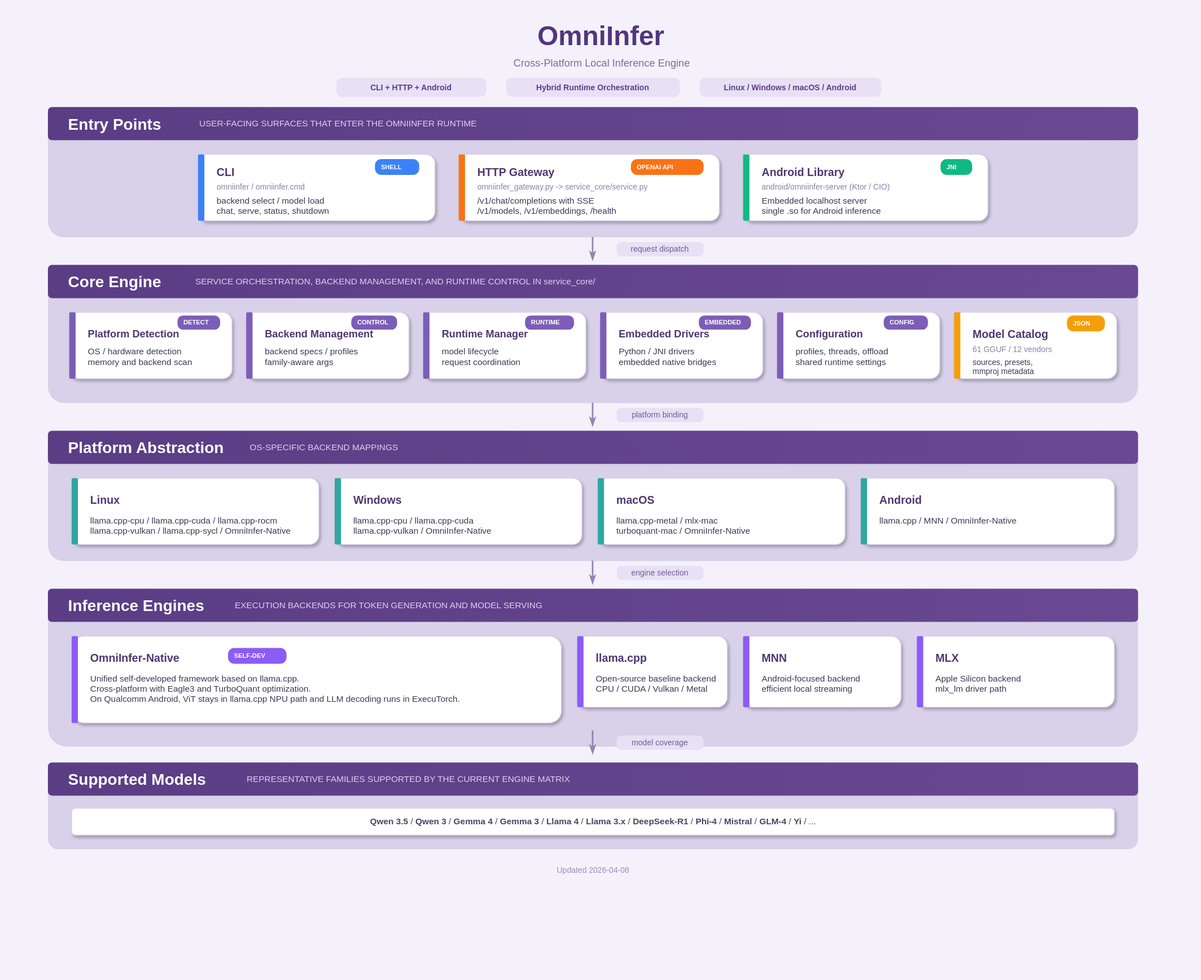
omnimind-ai/OmniInfer keeps this draw.io diagram as docs/architecture.drawio.svg. Above is the earlier version. Source tidied: cells renumbered, new cells last; positions are measured from the earlier drawing's top-left corner, leaving out a move shared by most shapes.
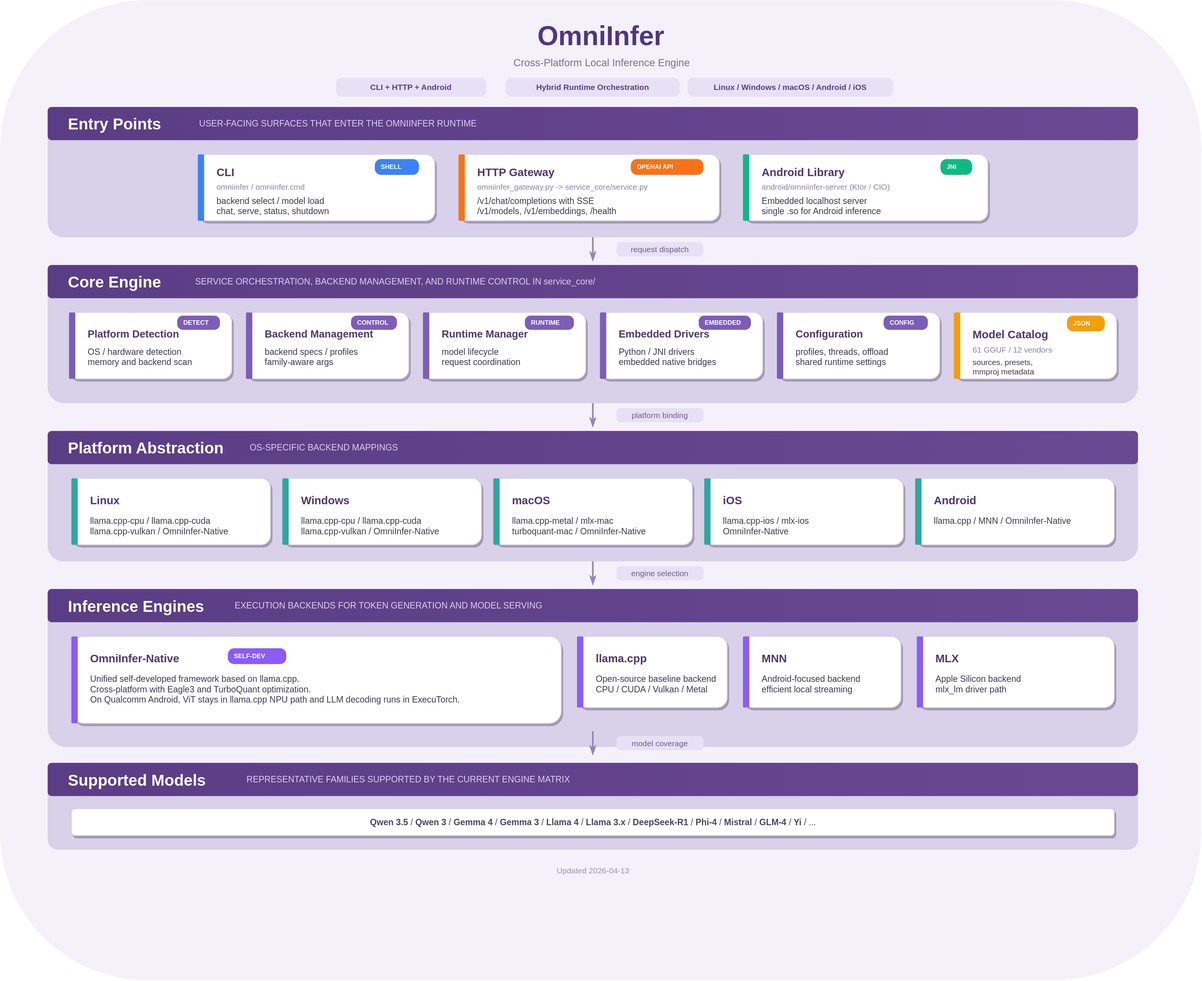
The same file after the commit.

Commit message:
docs: update architecture diagram for iOS backend support

Change to the diagram source:
```diff
@@ -17,8 +17,8 @@
     <mxCell id="6" value="Hybrid Runtime Orchestration" style="rounded=1;whiteSpace=wrap;html=1;fillColor=#E8E0F5;strokeColor=none;arcSize=30;fontSize=10;fontStyle=1;fontColor=#5A3D84;align=center;verticalAlign=middle;spacingLeft=8;spacingRight=8;" parent="1" vertex="1">
       <mxGeometry x="640" y="98" width="220" height="24" as="geometry" />
     </mxCell>
-    <mxCell id="7" value="Linux / Windows / macOS / Android" style="rounded=1;whiteSpace=wrap;html=1;fillColor=#E8E0F5;strokeColor=none;arcSize=30;fontSize=10;fontStyle=1;fontColor=#5A3D84;align=center;verticalAlign=middle;spacingLeft=8;spacingRight=8;" parent="1" vertex="1">
-      <mxGeometry x="885" y="98" width="230" height="24" as="geometry" />
+    <mxCell id="7" value="Linux / Windows / macOS / Android / iOS" style="rounded=1;whiteSpace=wrap;html=1;fillColor=#E8E0F5;strokeColor=none;arcSize=30;fontSize=10;fontStyle=1;fontColor=#5A3D84;align=center;verticalAlign=middle;spacingLeft=8;spacingRight=8;" parent="1" vertex="1">
+      <mxGeometry x="870" y="98" width="260" height="24" as="geometry" />
     </mxCell>
     <mxCell id="8" style="rounded=1;whiteSpace=wrap;html=1;fillColor=#D8D1E9;strokeColor=none;arcSize=12;" parent="1" vertex="1">
       <mxGeometry x="60" y="135" width="1380" height="165" as="geometry" />
@@ -222,7 +222,7 @@
       <mxGeometry x="314" y="555" width="520" height="22" as="geometry" />
     </mxCell>
     <mxCell id="73" style="rounded=1;whiteSpace=wrap;html=1;fillColor=#FFFFFF;strokeColor=#D9D0EB;strokeWidth=1;shadow=1;arcSize=14;" parent="1" vertex="1">
-      <mxGeometry x="90" y="605" width="313" height="84" as="geometry" />
+      <mxGeometry x="90" y="605" width="252" height="84" as="geometry" />
     </mxCell>
     <mxCell id="74" style="rounded=1;whiteSpace=wrap;html=1;fillColor=#2FA7A0;strokeColor=none;arcSize=20;" parent="1" vertex="1">
       <mxGeometry x="90" y="605" width="8" height="84" as="geometry" />
@@ -230,44 +230,56 @@
     <mxCell id="75" value="&lt;b&gt;Linux&lt;/b&gt;" style="text;html=1;align=left;verticalAlign=top;fontSize=14;fontColor=#503572;" parent="1" vertex="1">
       <mxGeometry x="112" y="618" width="80" height="20" as="geometry" />
     </mxCell>
-    <mxCell id="76" value="llama.cpp-cpu / llama.cpp-cuda / llama.cpp-rocm&lt;br&gt;llama.cpp-vulkan / llama.cpp-sycl / OmniInfer-Native" style="text;html=1;align=left;verticalAlign=top;fontSize=11;fontColor=#3E3853;" parent="1" vertex="1">
-      <mxGeometry x="112" y="646" width="275" height="30" as="geometry" />
+    <mxCell id="76" value="llama.cpp-cpu / llama.cpp-cuda&lt;br&gt;llama.cpp-vulkan / OmniInfer-Native" style="text;html=1;align=left;verticalAlign=top;fontSize=11;fontColor=#3E3853;" parent="1" vertex="1">
+      <mxGeometry x="112" y="646" width="210" height="30" as="geometry" />
     </mxCell>
     <mxCell id="77" style="rounded=1;whiteSpace=wrap;html=1;fillColor=#FFFFFF;strokeColor=#D9D0EB;strokeWidth=1;shadow=1;arcSize=14;" parent="1" vertex="1">
-      <mxGeometry x="423" y="605" width="313" height="84" as="geometry" />
+      <mxGeometry x="357" y="605" width="252" height="84" as="geometry" />
     </mxCell>
     <mxCell id="78" style="rounded=1;whiteSpace=wrap;html=1;fillColor=#2FA7A0;strokeColor=none;arcSize=20;" parent="1" vertex="1">
-      <mxGeometry x="423" y="605" width="8" height="84" as="geometry" />
+      <mxGeometry x="357" y="605" width="8" height="84" as="geometry" />
     </mxCell>
     <mxCell id="79" value="&lt;b&gt;Windows&lt;/b&gt;" style="text;html=1;align=left;verticalAlign=top;fontSize=14;fontColor=#503572;" parent="1" vertex="1">
-      <mxGeometry x="445" y="618" width="90" height="20" as="geometry" />
+      <mxGeometry x="379" y="618" width="90" height="20" as="geometry" />
     </mxCell>
     <mxCell id="80" value="llama.cpp-cpu / llama.cpp-cuda&lt;br&gt;llama.cpp-vulkan / OmniInfer-Native" style="text;html=1;align=left;verticalAlign=top;fontSize=11;fontColor=#3E3853;" parent="1" vertex="1">
-      <mxGeometry x="445" y="646" width="250" height="30" as="geometry" />
+      <mxGeometry x="379" y="646" width="210" height="30" as="geometry" />
     </mxCell>
     <mxCell id="81" style="rounded=1;whiteSpace=wrap;html=1;fillColor=#FFFFFF;strokeColor=#D9D0EB;strokeWidth=1;shadow=1;arcSize=14;" parent="1" vertex="1">
-      <mxGeometry x="756" y="605" width="313" height="84" as="geometry" />
+      <mxGeometry x="624" y="605" width="252" height="84" as="geometry" />
     </mxCell>
     <mxCell id="82" style="rounded=1;whiteSpace=wrap;html=1;fillColor=#2FA7A0;strokeColor=none;arcSize=20;" parent="1" vertex="1">
-      <mxGeometry x="756" y="605" width="8" height="84" as="geometry" />
+      <mxGeometry x="624" y="605" width="8" height="84" as="geometry" />
     </mxCell>
     <mxCell id="83" value="&lt;b&gt;macOS&lt;/b&gt;" style="text;html=1;align=left;verticalAlign=top;fontSize=14;fontColor=#503572;" parent="1" vertex="1">
-      <mxGeometry x="778" y="618" width="80" height="20" as="geometry" />
+      <mxGeometry x="646" y="618" width="80" height="20" as="geometry" />
     </mxCell>
     <mxCell id="84" value="llama.cpp-metal / mlx-mac&lt;br&gt;turboquant-mac / OmniInfer-Native" style="text;html=1;align=left;verticalAlign=top;fontSize=11;fontColor=#3E3853;" parent="1" vertex="1">
-      <mxGeometry x="778" y="646" width="250" height="30" as="geometry" />
+      <mxGeometry x="646" y="646" width="210" height="30" as="geometry" />
     </mxCell>
+    <mxCell id="121" style="rounded=1;whiteSpace=wrap;html=1;fillColor=#FFFFFF;strokeColor=#D9D0EB;strokeWidth=1;shadow=1;arcSize=14;" parent="1" vertex="1">
+      <mxGeometry x="891" y="605" width="252" height="84" as="geometry" />
+    </mxCell>
+    <mxCell id="122" style="rounded=1;whiteSpace=wrap;html=1;fillColor=#2FA7A0;strokeColor=none;arcSize=20;" parent="1" vertex="1">
+      <mxGeometry x="891" y="605" width="8" height="84" as="geometry" />
+    </mxCell>
+    <mxCell id="123" value="&lt;b&gt;iOS&lt;/b&gt;" style="text;html=1;align=left;verticalAlign=top;fontSize=14;fontColor=#503572;" parent="1" vertex="1">
+      <mxGeometry x="913" y="618" width="70" height="20" as="geometry" />
+    </mxCell>
+    <mxCell id="124" value="llama.cpp-ios / mlx-ios&lt;br&gt;OmniInfer-Native" style="text;html=1;align=left;verticalAlign=top;fontSize=11;fontColor=#3E3853;" parent="1" vertex="1">
+      <mxGeometry x="913" y="646" width="210" height="30" as="geometry" />
+    </mxCell>
     <mxCell id="85" style="rounded=1;whiteSpace=wrap;html=1;fillColor=#FFFFFF;strokeColor=#D9D0EB;strokeWidth=1;shadow=1;arcSize=14;" parent="1" vertex="1">
-      <mxGeometry x="1089" y="605" width="321" height="84" as="geometry" />
+      <mxGeometry x="1158" y="605" width="252" height="84" as="geometry" />
     </mxCell>
     <mxCell id="86" style="rounded=1;whiteSpace=wrap;html=1;fillColor=#2FA7A0;strokeColor=none;arcSize=20;" parent="1" vertex="1">
-      <mxGeometry x="1089" y="605" width="8" height="84" as="geometry" />
+      <mxGeometry x="1158" y="605" width="8" height="84" as="geometry" />
     </mxCell>
     <mxCell id="87" value="&lt;b&gt;Android&lt;/b&gt;" style="text;html=1;align=left;verticalAlign=top;fontSize=14;fontColor=#503572;" parent="1" vertex="1">
-      <mxGeometry x="1111" y="618" width="90" height="20" as="geometry" />
+      <mxGeometry x="1180" y="618" width="90" height="20" as="geometry" />
     </mxCell>
     <mxCell id="88" value="llama.cpp / MNN / OmniInfer-Native" style="text;html=1;align=left;verticalAlign=top;fontSize=11;fontColor=#3E3853;" parent="1" vertex="1">
-      <mxGeometry x="1111" y="646" width="260" height="18" as="geometry" />
+      <mxGeometry x="1180" y="646" width="210" height="18" as="geometry" />
     </mxCell>
     <mxCell id="89" style="endArrow=classicThin;html=1;strokeColor=#9483B5;strokeWidth=2;rounded=1;" parent="1" edge="1">
       <mxGeometry relative="1" as="geometry">
@@ -368,7 +380,7 @@
     <mxCell id="119" value="&lt;b&gt;Qwen 3.5&lt;/b&gt; / &lt;b&gt;Qwen 3&lt;/b&gt; / &lt;b&gt;Gemma 4&lt;/b&gt; / &lt;b&gt;Gemma 3&lt;/b&gt; / &lt;b&gt;Llama 4&lt;/b&gt; / &lt;b&gt;Llama 3.x&lt;/b&gt; / &lt;b&gt;DeepSeek-R1&lt;/b&gt; / &lt;b&gt;Phi-4&lt;/b&gt; / &lt;b&gt;Mistral&lt;/b&gt; / &lt;b&gt;GLM-4&lt;/b&gt; / &lt;b&gt;Yi&lt;/b&gt; / ..." style="text;html=1;align=center;verticalAlign=middle;fontSize=11;fontColor=#4A445F;" parent="1" vertex="1">
       <mxGeometry x="108" y="1030" width="1284" height="20" as="geometry" />
     </mxCell>
-    <mxCell id="120" value="Updated 2026-04-08" style="text;html=1;align=center;verticalAlign=middle;strokeColor=none;fillColor=none;fontSize=10;fontColor=#9B8EB6;" parent="1" vertex="1">
+    <mxCell id="120" value="Updated 2026-04-13" style="text;html=1;align=center;verticalAlign=middle;strokeColor=none;fillColor=none;fontSize=10;fontColor=#9B8EB6;" parent="1" vertex="1">
       <mxGeometry x="680" y="1092" width="140" height="18" as="geometry" />
     </mxCell>
   </root>
```
